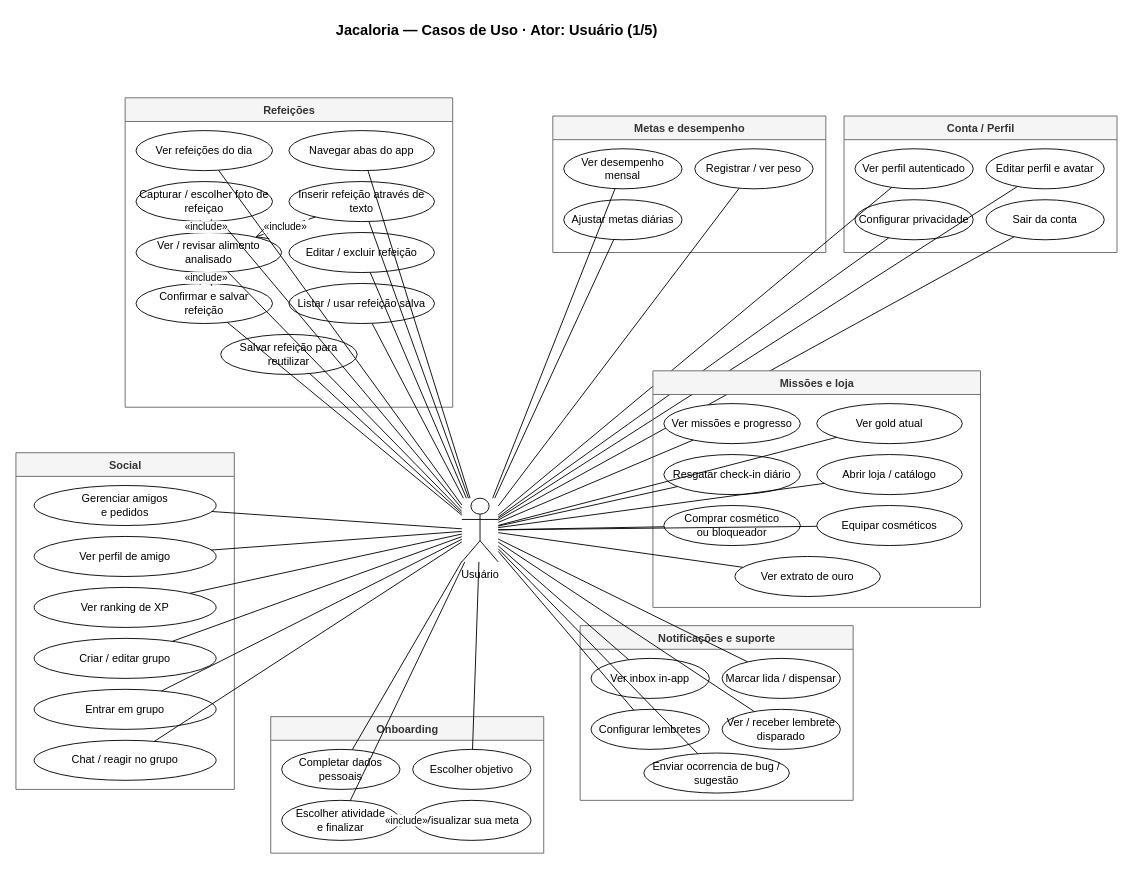
israelhub/JacalorIA-CONTADOR-DE-CALORIAS keeps this draw.io diagram as page "Usuário" (1 of 4) of frontend/CasosDeUso.drawio. Above is the earlier version. Source tidied: cells renumbered, new cells numbered last; positions are measured from the earlier drawing's top-left corner, leaving out a move shared by most shapes. Both pictures are drawn from the tidied source at 91%, with x=0, y=0 at pixel (15, 15).
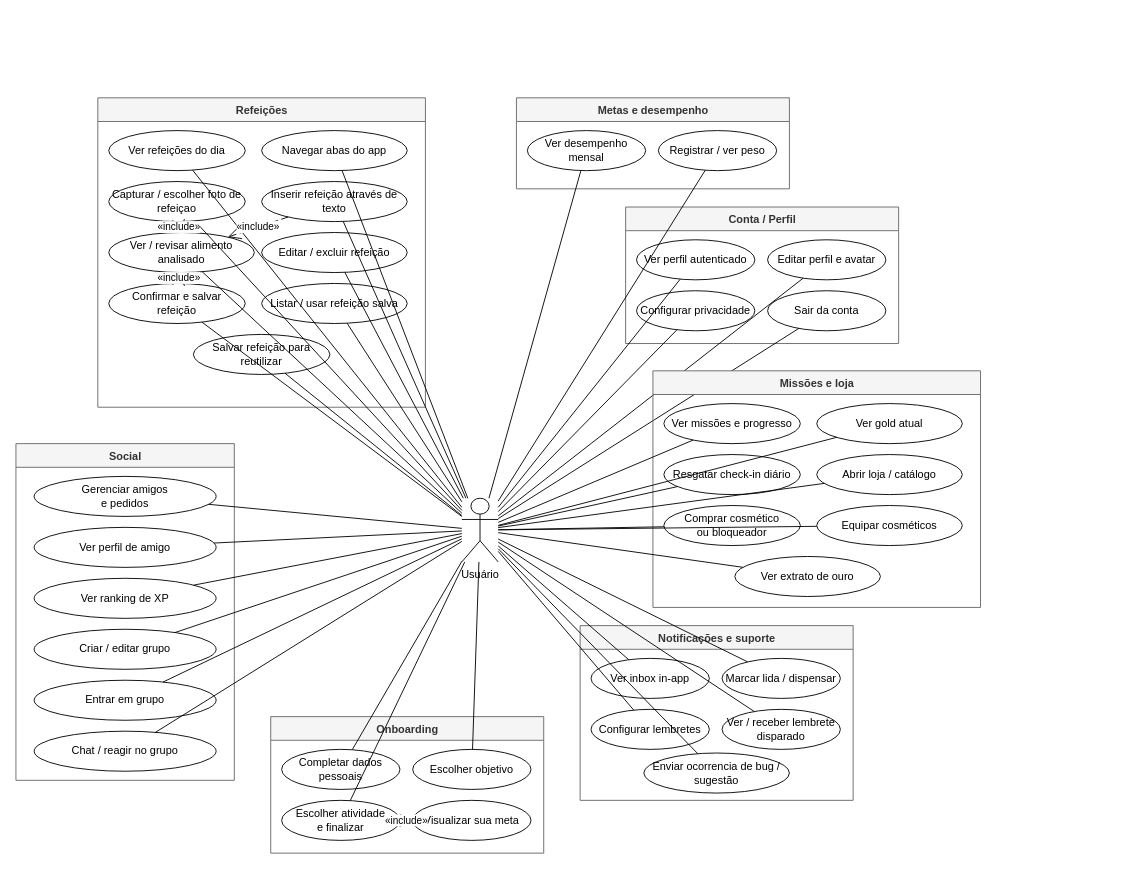
The same diagram, later.

The change refers to these unchanged cells:
```xml
<mxCell id="3" value="Usuário" style="shape=umlActor;verticalLabelPosition=bottom;verticalAlign=top;html=1;outlineConnect=0;" parent="1" vertex="1">
  <mxGeometry x="490" y="530" width="40" height="70" as="geometry" />
</mxCell>
```

Diff of the diagram source:
```diff
@@
-    <mxCell id="2" value="Jacaloria — Casos de Uso · Ator: Usuário (1/5)" style="text;html=1;strokeColor=none;fillColor=none;align=left;fontStyle=1;fontSize=16;" parent="1" vertex="1">
-      <mxGeometry x="350" width="360" height="28" as="geometry" />
-    </mxCell>
@@
     <mxCell id="13" value="Refeições" style="swimlane;fontStyle=1;align=center;verticalAlign=top;startSize=26;fillColor=#f5f5f5;strokeColor=#666666;fontColor=#333333;html=1;" parent="1" vertex="1">
-      <mxGeometry x="120" y="90" width="360" height="340" as="geometry" />
+      <mxGeometry x="90" y="90" width="360" height="340" as="geometry" />
     </mxCell>
@@
     <mxCell id="35" value="Metas e desempenho" style="swimlane;fontStyle=1;align=center;verticalAlign=top;startSize=26;fillColor=#f5f5f5;strokeColor=#666666;fontColor=#333333;html=1;" parent="1" vertex="1">
-      <mxGeometry x="590" y="110" width="300" height="150" as="geometry" />
+      <mxGeometry x="550" y="90" width="300" height="100" as="geometry" />
     </mxCell>
-    <mxCell id="36" value="Conta / Perfil" style="swimlane;fontStyle=1;align=center;verticalAlign=top;startSize=26;fillColor=#f5f5f5;strokeColor=#666666;fontColor=#333333;html=1;" parent="1" vertex="1">
-      <mxGeometry x="910" y="110" width="300" height="150" as="geometry" />
-    </mxCell>
@@
-    <mxCell id="39" value="Ajustar metas diárias" style="ellipse;whiteSpace=wrap;html=1;" parent="35" vertex="1">
-      <mxGeometry x="12" y="92" width="130" height="44" as="geometry" />
-    </mxCell>
+    <mxCell id="36" value="Conta / Perfil" style="swimlane;fontStyle=1;align=center;verticalAlign=top;startSize=26;fillColor=#f5f5f5;strokeColor=#666666;fontColor=#333333;html=1;" parent="1" vertex="1">
+      <mxGeometry x="670" y="210" width="300" height="150" as="geometry" />
+    </mxCell>
@@
-    <mxCell id="46" style="endArrow=none;html=1;rounded=0;strokeWidth=1;" parent="1" edge="1" source="3" target="39">
-      <mxGeometry relative="1" as="geometry" />
-    </mxCell>
@@
     <mxCell id="65" value="Social" style="swimlane;fontStyle=1;align=center;verticalAlign=top;startSize=26;fillColor=#f5f5f5;strokeColor=#666666;fontColor=#333333;html=1;" parent="1" vertex="1">
-      <mxGeometry y="480" width="240" height="370" as="geometry" />
+      <mxGeometry y="470" width="240" height="370" as="geometry" />
     </mxCell>
```
